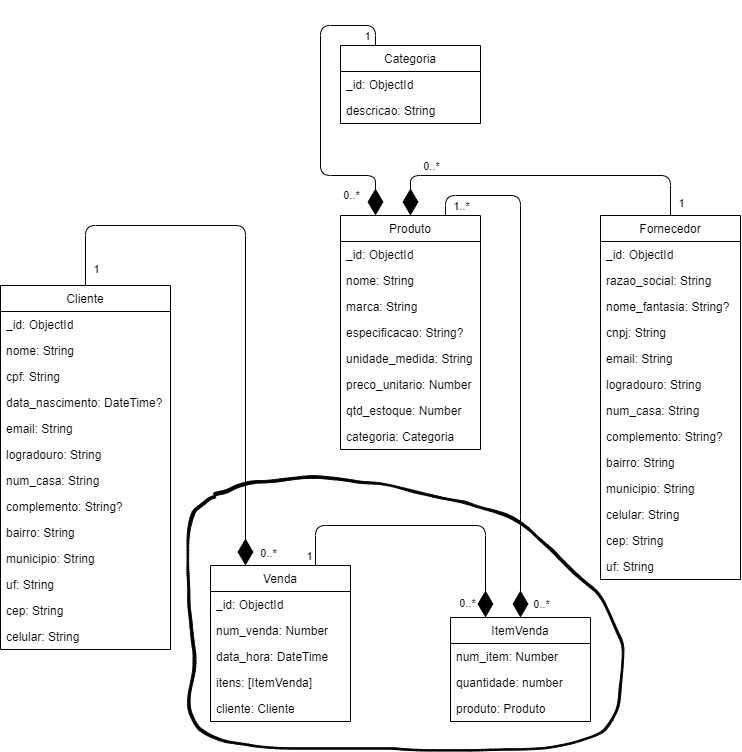
The draw.io diagram docs/NoAM.png in faustocintra/bn-not-2024-2, before a commit. Source tidied: cells renumbered, new cells last; positions are measured from the earlier drawing's top-left corner, leaving out a move shared by most shapes.
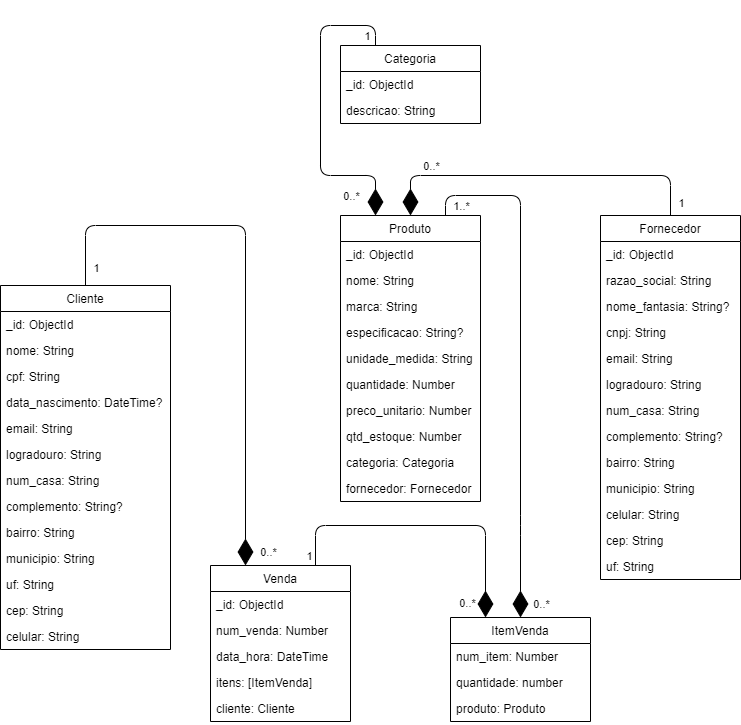
After the change.

What changed in the source:
```diff
@@ -45,7 +45,7 @@
       <mxGeometry y="338" width="170" height="26" as="geometry" />
     </mxCell>
     <mxCell id="16" value="Produto" style="swimlane;fontStyle=0;horizontal=1;startSize=26;fillColor=none;" parent="1" vertex="1">
-      <mxGeometry x="340" y="190" width="140" height="234" as="geometry" />
+      <mxGeometry x="340" y="190" width="140" height="286" as="geometry" />
     </mxCell>
     <mxCell id="17" value="_id: ObjectId" style="text;strokeColor=none;fillColor=none;align=left;verticalAlign=top;spacingLeft=4;spacingRight=4;overflow=hidden;" parent="16" vertex="1">
       <mxGeometry y="26" width="140" height="26" as="geometry" />
@@ -62,15 +62,21 @@
     <mxCell id="21" value="unidade_medida: String" style="text;strokeColor=none;fillColor=none;align=left;verticalAlign=top;spacingLeft=4;spacingRight=4;overflow=hidden;" parent="16" vertex="1">
       <mxGeometry y="130" width="140" height="26" as="geometry" />
     </mxCell>
+    <mxCell id="68" value="quantidade: Number" style="text;strokeColor=none;fillColor=none;align=left;verticalAlign=top;spacingLeft=4;spacingRight=4;overflow=hidden;" parent="16" vertex="1">
+      <mxGeometry y="156" width="140" height="26" as="geometry" />
+    </mxCell>
     <mxCell id="22" value="preco_unitario: Number" style="text;strokeColor=none;fillColor=none;align=left;verticalAlign=top;spacingLeft=4;spacingRight=4;overflow=hidden;" parent="16" vertex="1">
-      <mxGeometry y="156" width="140" height="26" as="geometry" />
+      <mxGeometry y="182" width="140" height="26" as="geometry" />
     </mxCell>
     <mxCell id="23" value="qtd_estoque: Number" style="text;strokeColor=none;fillColor=none;align=left;verticalAlign=top;spacingLeft=4;spacingRight=4;overflow=hidden;" parent="16" vertex="1">
-      <mxGeometry y="182" width="140" height="26" as="geometry" />
+      <mxGeometry y="208" width="140" height="26" as="geometry" />
     </mxCell>
     <mxCell id="24" value="categoria: Categoria" style="text;strokeColor=none;fillColor=none;align=left;verticalAlign=top;spacingLeft=4;spacingRight=4;overflow=hidden;" parent="16" vertex="1">
-      <mxGeometry y="208" width="140" height="26" as="geometry" />
+      <mxGeometry y="234" width="140" height="26" as="geometry" />
     </mxCell>
+    <mxCell id="69" value="fornecedor: Fornecedor" style="text;strokeColor=none;fillColor=none;align=left;verticalAlign=top;spacingLeft=4;spacingRight=4;overflow=hidden;" parent="16" vertex="1">
+      <mxGeometry y="260" width="140" height="26" as="geometry" />
+    </mxCell>
     <mxCell id="25" value="Categoria" style="swimlane;fontStyle=0;horizontal=1;startSize=26;fillColor=none;" parent="1" vertex="1">
       <mxGeometry x="340" y="20" width="140" height="78" as="geometry" />
     </mxCell>
@@ -245,8 +251,5 @@
         <mxPoint x="-5" as="offset" />
       </mxGeometry>
     </mxCell>
-    <mxCell id="67" style="shape=(stored shape, 8996 characters);lineShape=1;" parent="1" vertex="1">
-      <mxGeometry x="186.4" y="450.2" width="436.9" height="275.4" as="geometry" />
-    </mxCell>
   </root>
 </mxGraphModel>
```
